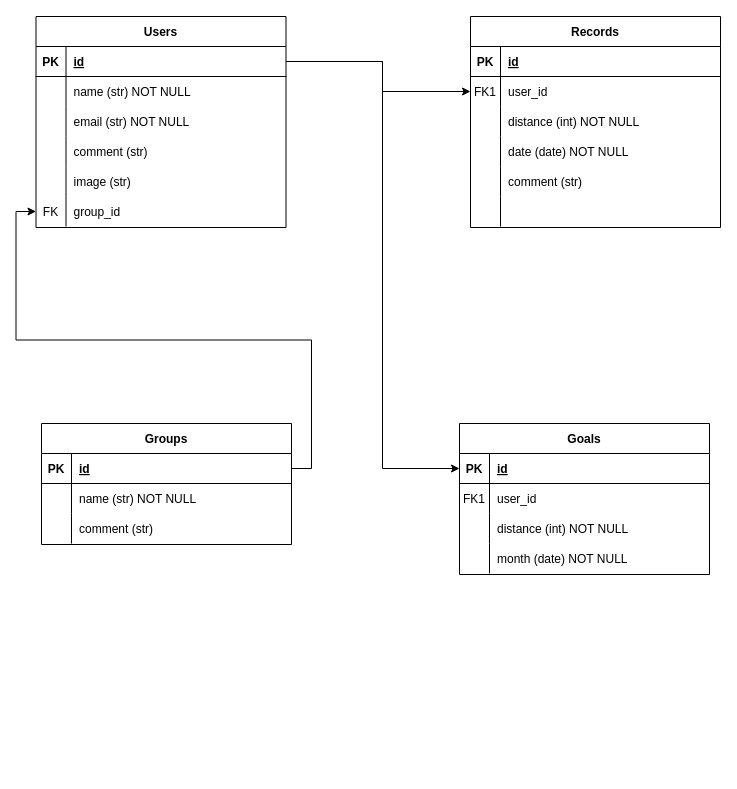
Above: 00 Sparta/Runmates.drawio in hata-junnosuke/TIL (draw.io), before the change. Source tidied: cells renumbered, new cells numbered last; positions are measured from the earlier drawing's top-left corner, leaving out a move shared by most shapes. Both pictures are drawn from the tidied source at 100%, with x=0, y=0 at pixel (36, 16).
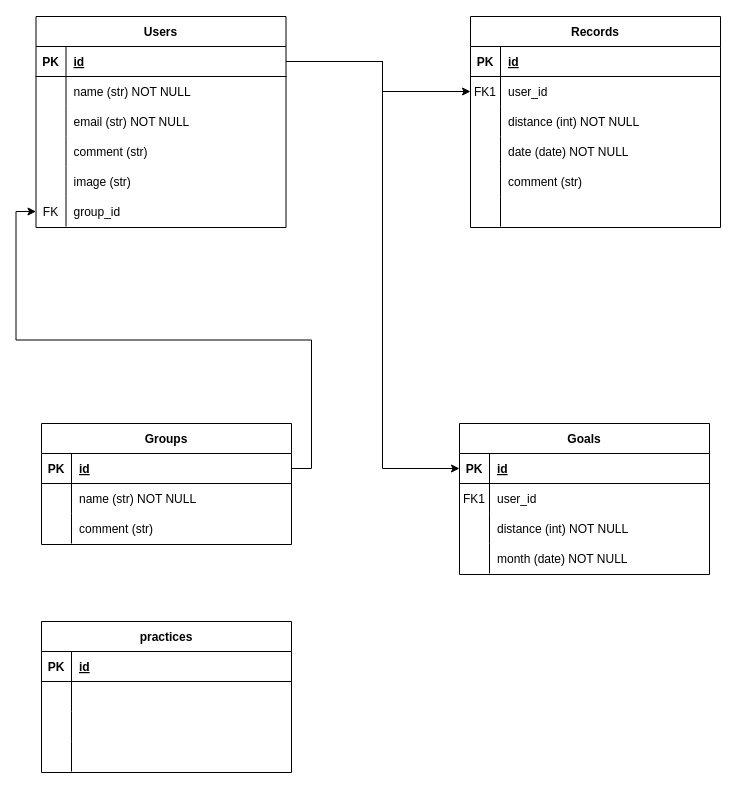
The same diagram, later.

Commit message:
Runmates.drawio を更新します

What changed in the source:
```diff
@@
+    <mxCell id="66" value="practices" style="shape=table;startSize=30;childLayout=tableLayout;rowLines=0;fontStyle=1;align=center;" parent="1" vertex="1">
+      <mxGeometry x="5" y="605" width="250" height="151" as="geometry" />
+    </mxCell>
+    <mxCell id="67" style="shape=partialRectangle;fillColor=none;top=0;left=0;right=0;bottom=1;" parent="66" vertex="1">
+      <mxGeometry y="30" width="250" height="30" as="geometry" />
+    </mxCell>
+    <mxCell id="68" value="PK" style="shape=partialRectangle;overflow=hidden;fillColor=none;top=0;left=0;bottom=0;right=0;fontStyle=1;" parent="67" vertex="1">
+      <mxGeometry width="30" height="30" as="geometry" />
+    </mxCell>
+    <mxCell id="69" value="id" style="shape=partialRectangle;overflow=hidden;fillColor=none;top=0;left=0;bottom=0;right=0;align=left;spacingLeft=6;fontStyle=5;" parent="67" vertex="1">
+      <mxGeometry x="30" width="220" height="30" as="geometry" />
+    </mxCell>
+    <mxCell id="70" style="shape=partialRectangle;fillColor=none;top=0;left=0;right=0;bottom=0;" parent="66" vertex="1">
+      <mxGeometry y="60" width="250" height="30" as="geometry" />
+    </mxCell>
+    <mxCell id="71" style="shape=partialRectangle;overflow=hidden;fillColor=none;top=0;left=0;bottom=0;right=0;" parent="70" vertex="1">
+      <mxGeometry width="30" height="30" as="geometry" />
+    </mxCell>
+    <mxCell id="72" style="shape=partialRectangle;overflow=hidden;fillColor=none;top=0;left=0;bottom=0;right=0;align=left;spacingLeft=6;" parent="70" vertex="1">
+      <mxGeometry x="30" width="220" height="30" as="geometry" />
+    </mxCell>
+    <mxCell id="73" style="shape=partialRectangle;fillColor=none;top=0;left=0;right=0;bottom=0;" parent="66" vertex="1">
+      <mxGeometry y="90" width="250" height="30" as="geometry" />
+    </mxCell>
+    <mxCell id="74" style="shape=partialRectangle;overflow=hidden;fillColor=none;top=0;left=0;bottom=0;right=0;" parent="73" vertex="1">
+      <mxGeometry width="30" height="30" as="geometry" />
+    </mxCell>
+    <mxCell id="75" style="shape=partialRectangle;overflow=hidden;fillColor=none;top=0;left=0;bottom=0;right=0;align=left;spacingLeft=6;" parent="73" vertex="1">
+      <mxGeometry x="30" width="220" height="30" as="geometry" />
+    </mxCell>
+    <mxCell id="76" style="shape=partialRectangle;fillColor=none;top=0;left=0;right=0;bottom=0;" parent="66" vertex="1">
+      <mxGeometry y="120" width="250" height="30" as="geometry" />
+    </mxCell>
+    <mxCell id="77" style="shape=partialRectangle;overflow=hidden;fillColor=none;top=0;left=0;bottom=0;right=0;" parent="76" vertex="1">
+      <mxGeometry width="30" height="30" as="geometry" />
+    </mxCell>
+    <mxCell id="78" style="shape=partialRectangle;overflow=hidden;fillColor=none;top=0;left=0;bottom=0;right=0;align=left;spacingLeft=6;" parent="76" vertex="1">
+      <mxGeometry x="30" width="220" height="30" as="geometry" />
+    </mxCell>
```
